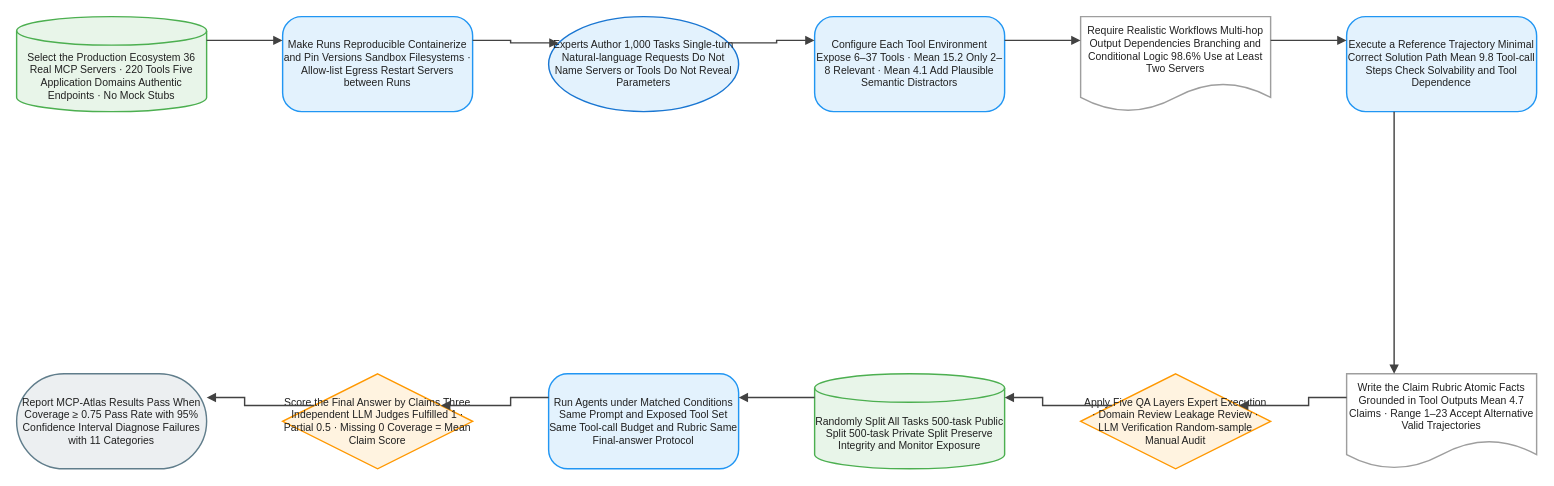
The draw.io diagram client/public/drawio/MCP-Atlas/MCP-Atlas.en.drawio in joe1chief/benchmark-hub, before the edit. Source tidied: cells renumbered, new cells numbered last; positions are measured from the earlier drawing's top-left corner, leaving out a move shared by most shapes. Both pictures are drawn from the tidied source at 95%, with x=0, y=0 at pixel (16, 16).
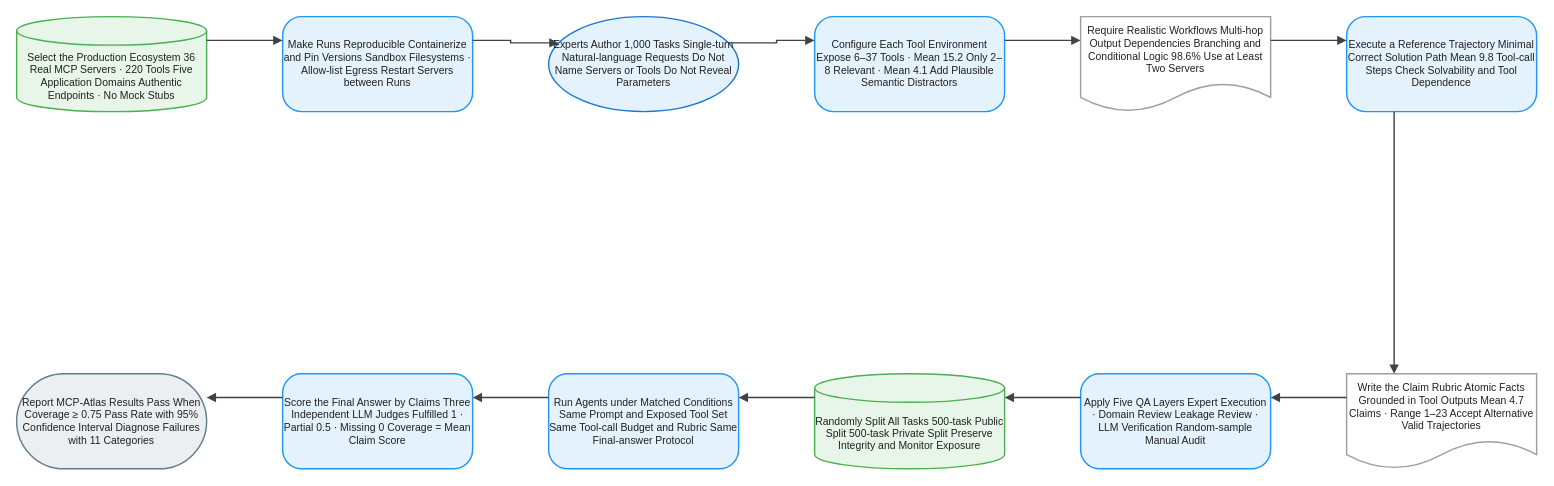
The same page after the edit.

Diff of the diagram source:
```diff
@@
-    <mxCell id="9" value="Apply Five QA Layers Expert Execution · Domain Review Leakage Review · LLM Verification Random-sample Manual Audit" style="rhombus;html=1;whiteSpace=wrap;fillColor=#FFF3E0;strokeColor=#FF9800;strokeWidth=1.5;fontColor=#212121;fontSize=11;fontFamily=Arial, Helvetica, sans-serif;verticalAlign=middle;align=center;" parent="1" vertex="1">
+    <mxCell id="9" value="Apply Five QA Layers Expert Execution · Domain Review Leakage Review · LLM Verification Random-sample Manual Audit" style="rounded=1;arcSize=20;html=1;whiteSpace=wrap;fillColor=#E3F2FD;strokeColor=#2196F3;strokeWidth=1.5;fontColor=#212121;fontSize=11;fontFamily=Arial, Helvetica, sans-serif;verticalAlign=middle;align=center;" parent="1" vertex="1">
       <mxGeometry x="1120" y="376" width="200" height="100" as="geometry" />
     </mxCell>
@@
-    <mxCell id="12" value="Score the Final Answer by Claims Three Independent LLM Judges Fulfilled 1 · Partial 0.5 · Missing 0 Coverage = Mean Claim Score" style="rhombus;html=1;whiteSpace=wrap;fillColor=#FFF3E0;strokeColor=#FF9800;strokeWidth=1.5;fontColor=#212121;fontSize=11;fontFamily=Arial, Helvetica, sans-serif;verticalAlign=middle;align=center;" parent="1" vertex="1">
+    <mxCell id="12" value="Score the Final Answer by Claims Three Independent LLM Judges Fulfilled 1 · Partial 0.5 · Missing 0 Coverage = Mean Claim Score" style="rounded=1;arcSize=20;html=1;whiteSpace=wrap;fillColor=#E3F2FD;strokeColor=#2196F3;strokeWidth=1.5;fontColor=#212121;fontSize=11;fontFamily=Arial, Helvetica, sans-serif;verticalAlign=middle;align=center;" parent="1" vertex="1">
       <mxGeometry x="280" y="376" width="200" height="100" as="geometry" />
     </mxCell>
```
